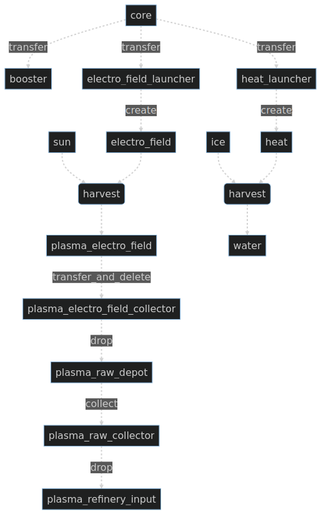
This is alchemy.png from loicbourgois/gravitle, a Mermaid export, as it was before one commit. Its source is kept beside it as alchemy.mmd.
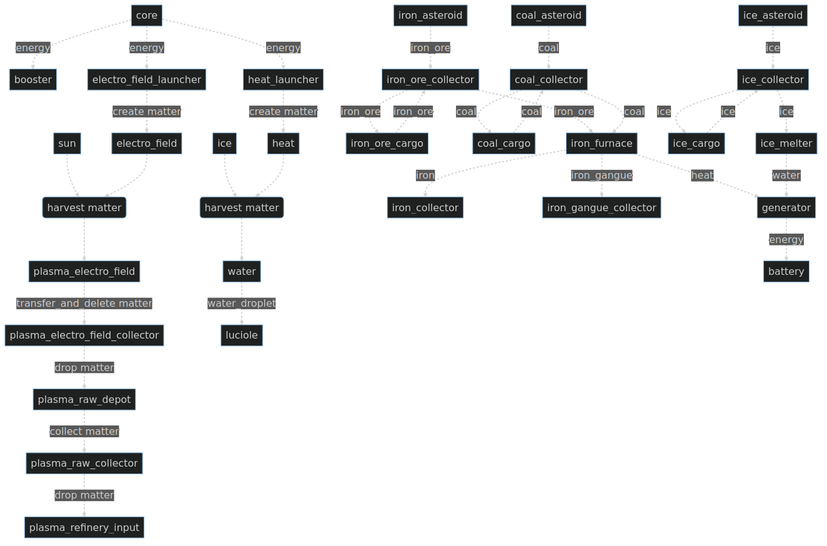
Above is the later version.

The edit, as a diff of the source:
```diff
@@ -1,16 +1,34 @@
 flowchart TB
-  core -.->|transfer| booster
-  core -.->|transfer| electro_field_launcher
-  core -.->|transfer| heat_launcher
-  sun -.-> harvestsunelectro_field(harvest)
-  electro_field -.-> harvestsunelectro_field
+  core -.->|energy| booster
+  core -.->|energy| electro_field_launcher
+  core -.->|energy| heat_launcher
+  sun -.-> harvestsunelectro_field(harvest matter)
+electro_field -.-> harvestsunelectro_field
   harvestsunelectro_field -.-> plasma_electro_field
-  ice -.-> harvesticeheat(harvest)
-  heat -.-> harvesticeheat
+  ice -.-> harvesticeheat(harvest matter)
+heat -.-> harvesticeheat
   harvesticeheat -.-> water
-  plasma_electro_field -.->|transfer_and_delete| plasma_electro_field_collector
-  plasma_raw_depot -.->|collect| plasma_raw_collector
-  plasma_electro_field_collector -.->|drop| plasma_raw_depot
-  plasma_raw_collector -.->|drop| plasma_refinery_input
-  heat_launcher -.->|create| heat
-  electro_field_launcher -.->|create| electro_field
+  plasma_electro_field -.->|transfer_and_delete matter| plasma_electro_field_collector
+  plasma_raw_depot -.->|collect matter| plasma_raw_collector
+  plasma_electro_field_collector -.->|drop matter| plasma_raw_depot
+  plasma_raw_collector -.->|drop matter| plasma_refinery_input
+  heat_launcher -.->|create matter| heat
+  electro_field_launcher -.->|create matter| electro_field
+  water -.->|water_droplet| luciole
+  iron_asteroid -.->|iron_ore| iron_ore_collector
+  iron_ore_collector -.->|iron_ore| iron_ore_cargo
+  iron_ore_cargo -.->|iron_ore| iron_ore_collector
+  coal_asteroid -.->|coal| coal_collector
+  coal_collector -.->|coal| coal_cargo
+  coal_cargo -.->|coal| coal_collector
+  iron_ore_collector -.->|iron_ore| iron_furnace
+  coal_collector -.->|coal| iron_furnace
+  iron_furnace -.->|iron| iron_collector
+  iron_furnace -.->|iron_gangue| iron_gangue_collector
+  iron_furnace -.->|heat| generator
+  generator -.->|energy| battery
+  ice_asteroid -.->|ice| ice_collector
+  ice_collector -.->|ice| ice_cargo
+  ice_cargo -.->|ice| ice_collector
+  ice_collector -.->|ice| ice_melter
+  ice_melter -.->|water| generator
```
